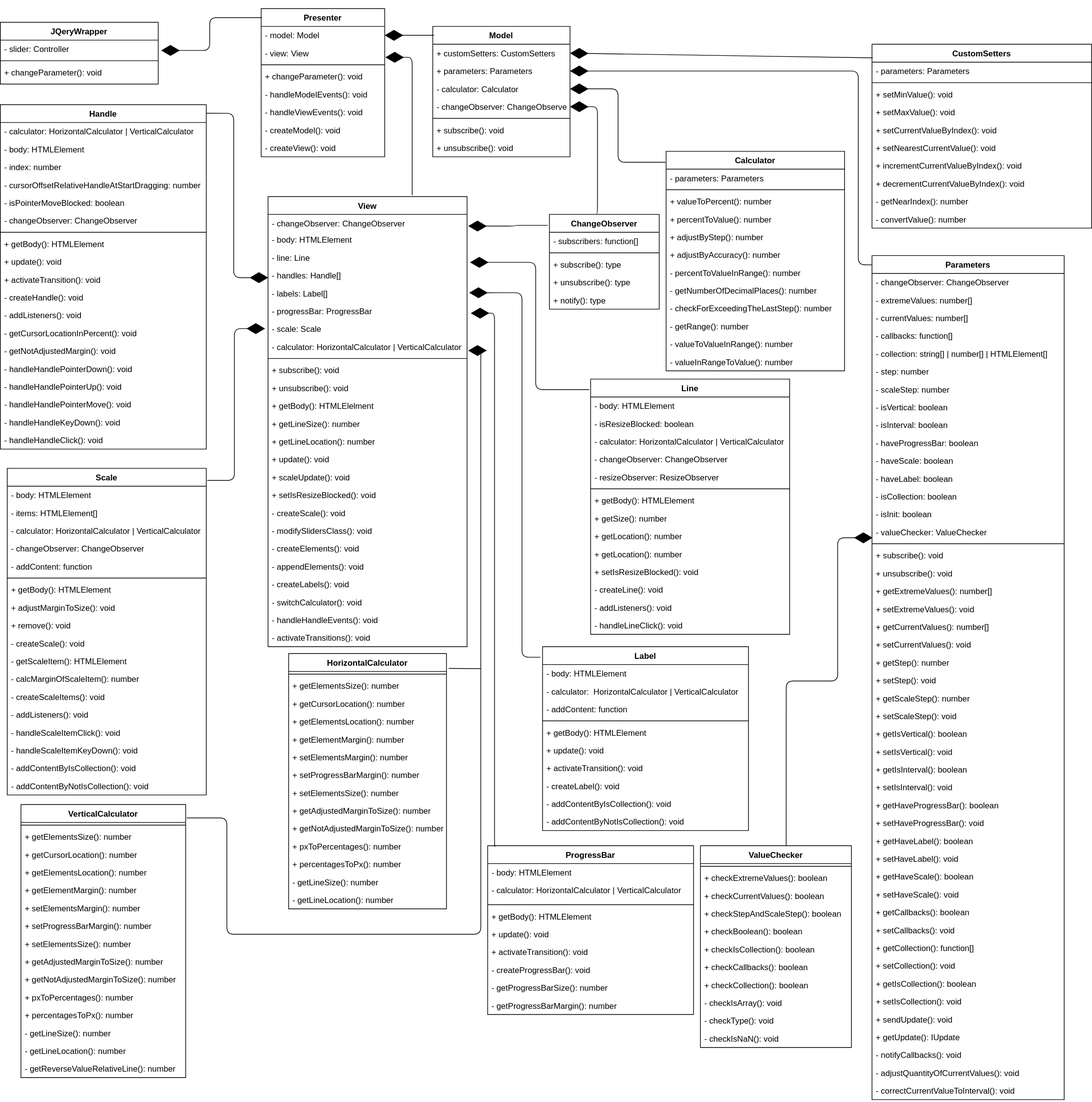
The draw.io diagram uml.svg in Rizarid/light-range-slider, before a commit. Source tidied: cells renumbered, new cells last; positions are measured from the earlier drawing's top-left corner, leaving out a move shared by most shapes.
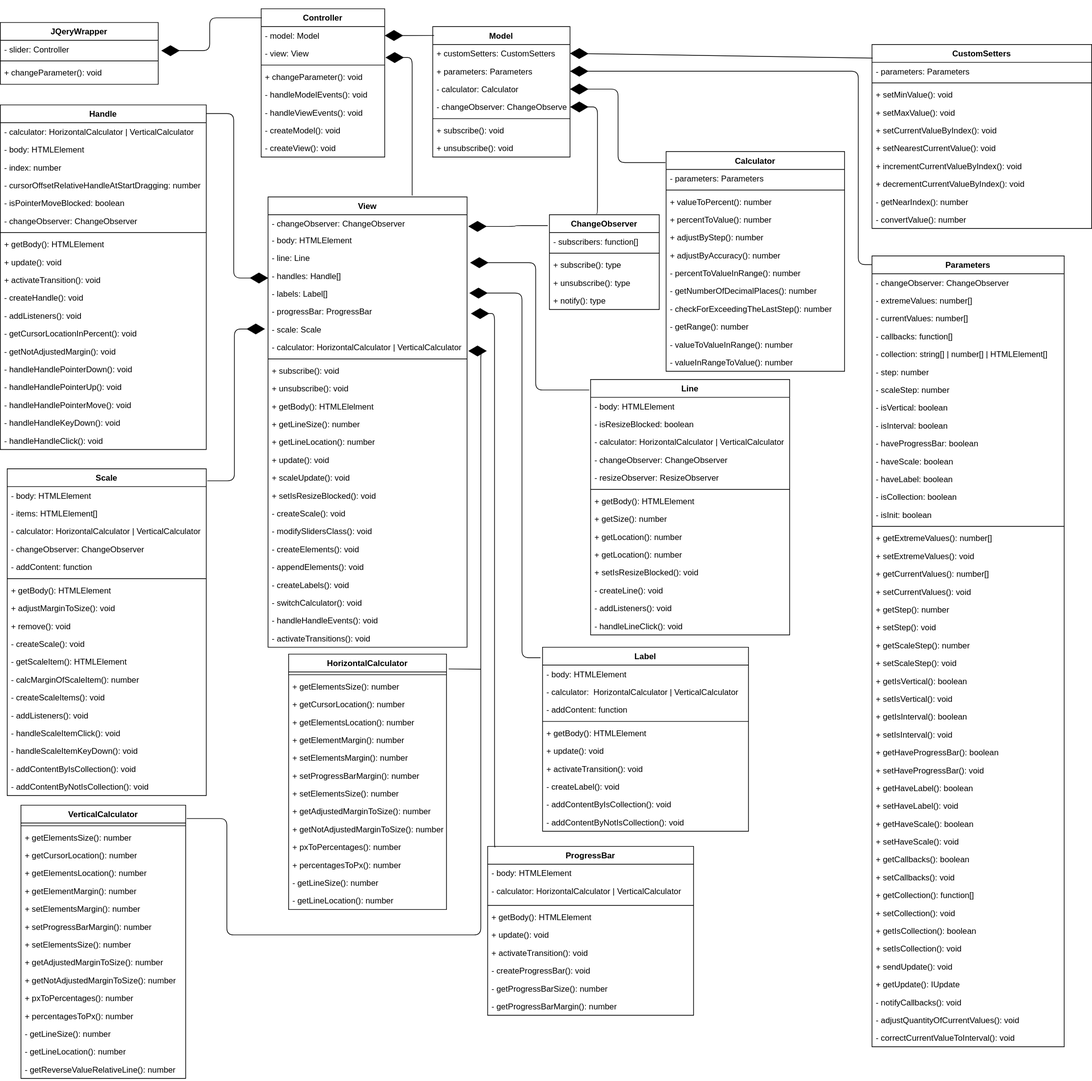
Above is the later version.

What changed in the source:
```diff
@@ -2,7 +2,7 @@
   <root>
     <mxCell id="0" />
     <mxCell id="1" parent="0" />
-    <mxCell id="2" value="Presenter" style="swimlane;fontStyle=1;align=center;verticalAlign=top;horizontal=1;startSize=26;" parent="1" vertex="1">
+    <mxCell id="2" value="Controller" style="swimlane;fontStyle=1;align=center;verticalAlign=top;horizontal=1;startSize=26;" parent="1" vertex="1">
       <mxGeometry x="380" width="180" height="216" as="geometry" />
     </mxCell>
     <mxCell id="3" value="- model: Model" style="text;strokeColor=none;fillColor=none;align=left;verticalAlign=top;spacingLeft=4;spacingRight=4;overflow=hidden;points=[[0,0.5],[1,0.5]];portConstraint=eastwest;" parent="2" vertex="1">
@@ -45,7 +45,7 @@
       <mxGeometry relative="1" as="geometry" />
     </mxCell>
     <mxCell id="16" value="Parameters" style="swimlane;fontStyle=1;align=center;verticalAlign=top;horizontal=1;startSize=26;" parent="1" vertex="1">
-      <mxGeometry x="1270" y="360" width="280" height="1230" as="geometry" />
+      <mxGeometry x="1270" y="360" width="280" height="1152" as="geometry" />
     </mxCell>
     <mxCell id="17" value="- changeObserver: ChangeObserver" style="text;strokeColor=none;fillColor=none;align=left;verticalAlign=top;spacingLeft=4;spacingRight=4;overflow=hidden;" parent="16" vertex="1">
       <mxGeometry y="26" width="280" height="26" as="geometry" />
@@ -89,104 +89,95 @@
     <mxCell id="30" value="- isInit: boolean" style="text;strokeColor=none;fillColor=none;align=left;verticalAlign=top;spacingLeft=4;spacingRight=4;overflow=hidden;" parent="16" vertex="1">
       <mxGeometry y="364" width="280" height="26" as="geometry" />
     </mxCell>
-    <mxCell id="31" value="- valueChecker: ValueChecker" style="text;strokeColor=none;fillColor=none;align=left;verticalAlign=top;spacingLeft=4;spacingRight=4;overflow=hidden;points=[[0,0.5],[1,0.5]];portConstraint=eastwest;" parent="16" vertex="1">
-      <mxGeometry y="390" width="280" height="26" as="geometry" />
-    </mxCell>
     <mxCell id="32" style="line;strokeWidth=1;fillColor=none;align=left;verticalAlign=middle;spacingTop=-1;spacingLeft=3;spacingRight=3;labelPosition=right;" parent="16" vertex="1">
-      <mxGeometry y="416" width="280" height="8" as="geometry" />
+      <mxGeometry y="390" width="280" height="8" as="geometry" />
     </mxCell>
-    <mxCell id="33" value="+ subscribe(): void" style="text;strokeColor=none;fillColor=none;align=left;verticalAlign=top;spacingLeft=4;spacingRight=4;overflow=hidden;" parent="16" vertex="1">
-      <mxGeometry y="424" width="280" height="26" as="geometry" />
-    </mxCell>
-    <mxCell id="34" value="+ unsubscribe(): void" style="text;strokeColor=none;fillColor=none;align=left;verticalAlign=top;spacingLeft=4;spacingRight=4;overflow=hidden;" parent="16" vertex="1">
-      <mxGeometry y="450" width="280" height="26" as="geometry" />
-    </mxCell>
     <mxCell id="35" value="+ getExtremeValues(): number[]" style="text;strokeColor=none;fillColor=none;align=left;verticalAlign=top;spacingLeft=4;spacingRight=4;overflow=hidden;" parent="16" vertex="1">
-      <mxGeometry y="476" width="280" height="26" as="geometry" />
+      <mxGeometry y="398" width="280" height="26" as="geometry" />
     </mxCell>
     <mxCell id="36" value="+ setExtremeValues(): void" style="text;strokeColor=none;fillColor=none;align=left;verticalAlign=top;spacingLeft=4;spacingRight=4;overflow=hidden;" parent="16" vertex="1">
-      <mxGeometry y="502" width="280" height="26" as="geometry" />
+      <mxGeometry y="424" width="280" height="26" as="geometry" />
     </mxCell>
     <mxCell id="37" value="+ getCurrentValues(): number[]" style="text;strokeColor=none;fillColor=none;align=left;verticalAlign=top;spacingLeft=4;spacingRight=4;overflow=hidden;" parent="16" vertex="1">
-      <mxGeometry y="528" width="280" height="26" as="geometry" />
+      <mxGeometry y="450" width="280" height="26" as="geometry" />
     </mxCell>
     <mxCell id="38" value="+ setCurrentValues(): void" style="text;strokeColor=none;fillColor=none;align=left;verticalAlign=top;spacingLeft=4;spacingRight=4;overflow=hidden;" parent="16" vertex="1">
-      <mxGeometry y="554" width="280" height="26" as="geometry" />
+      <mxGeometry y="476" width="280" height="26" as="geometry" />
     </mxCell>
     <mxCell id="39" value="+ getStep(): number" style="text;strokeColor=none;fillColor=none;align=left;verticalAlign=top;spacingLeft=4;spacingRight=4;overflow=hidden;" parent="16" vertex="1">
-      <mxGeometry y="580" width="280" height="26" as="geometry" />
+      <mxGeometry y="502" width="280" height="26" as="geometry" />
     </mxCell>
     <mxCell id="40" value="+ setStep(): void" style="text;strokeColor=none;fillColor=none;align=left;verticalAlign=top;spacingLeft=4;spacingRight=4;overflow=hidden;" parent="16" vertex="1">
-      <mxGeometry y="606" width="280" height="26" as="geometry" />
+      <mxGeometry y="528" width="280" height="26" as="geometry" />
     </mxCell>
     <mxCell id="41" value="+ getScaleStep(): number" style="text;strokeColor=none;fillColor=none;align=left;verticalAlign=top;spacingLeft=4;spacingRight=4;overflow=hidden;" parent="16" vertex="1">
-      <mxGeometry y="632" width="280" height="26" as="geometry" />
+      <mxGeometry y="554" width="280" height="26" as="geometry" />
     </mxCell>
     <mxCell id="42" value="+ setScaleStep(): void" style="text;strokeColor=none;fillColor=none;align=left;verticalAlign=top;spacingLeft=4;spacingRight=4;overflow=hidden;" parent="16" vertex="1">
-      <mxGeometry y="658" width="280" height="26" as="geometry" />
+      <mxGeometry y="580" width="280" height="26" as="geometry" />
     </mxCell>
     <mxCell id="43" value="+ getIsVertical(): boolean" style="text;strokeColor=none;fillColor=none;align=left;verticalAlign=top;spacingLeft=4;spacingRight=4;overflow=hidden;" parent="16" vertex="1">
-      <mxGeometry y="684" width="280" height="26" as="geometry" />
+      <mxGeometry y="606" width="280" height="26" as="geometry" />
     </mxCell>
     <mxCell id="44" value="+ setIsVertical(): void" style="text;strokeColor=none;fillColor=none;align=left;verticalAlign=top;spacingLeft=4;spacingRight=4;overflow=hidden;" parent="16" vertex="1">
-      <mxGeometry y="710" width="280" height="26" as="geometry" />
+      <mxGeometry y="632" width="280" height="26" as="geometry" />
     </mxCell>
     <mxCell id="45" value="+ getIsInterval(): boolean" style="text;strokeColor=none;fillColor=none;align=left;verticalAlign=top;spacingLeft=4;spacingRight=4;overflow=hidden;" parent="16" vertex="1">
-      <mxGeometry y="736" width="280" height="26" as="geometry" />
+      <mxGeometry y="658" width="280" height="26" as="geometry" />
     </mxCell>
     <mxCell id="46" value="+ setIsInterval(): void" style="text;strokeColor=none;fillColor=none;align=left;verticalAlign=top;spacingLeft=4;spacingRight=4;overflow=hidden;" parent="16" vertex="1">
-      <mxGeometry y="762" width="280" height="26" as="geometry" />
+      <mxGeometry y="684" width="280" height="26" as="geometry" />
     </mxCell>
     <mxCell id="47" value="+ getHaveProgressBar(): boolean" style="text;strokeColor=none;fillColor=none;align=left;verticalAlign=top;spacingLeft=4;spacingRight=4;overflow=hidden;" parent="16" vertex="1">
-      <mxGeometry y="788" width="280" height="26" as="geometry" />
+      <mxGeometry y="710" width="280" height="26" as="geometry" />
     </mxCell>
     <mxCell id="48" value="+ setHaveProgressBar(): void" style="text;strokeColor=none;fillColor=none;align=left;verticalAlign=top;spacingLeft=4;spacingRight=4;overflow=hidden;" parent="16" vertex="1">
-      <mxGeometry y="814" width="280" height="26" as="geometry" />
+      <mxGeometry y="736" width="280" height="26" as="geometry" />
     </mxCell>
     <mxCell id="49" value="+ getHaveLabel(): boolean" style="text;strokeColor=none;fillColor=none;align=left;verticalAlign=top;spacingLeft=4;spacingRight=4;overflow=hidden;" parent="16" vertex="1">
-      <mxGeometry y="840" width="280" height="26" as="geometry" />
+      <mxGeometry y="762" width="280" height="26" as="geometry" />
     </mxCell>
     <mxCell id="50" value="+ setHaveLabel(): void" style="text;strokeColor=none;fillColor=none;align=left;verticalAlign=top;spacingLeft=4;spacingRight=4;overflow=hidden;" parent="16" vertex="1">
-      <mxGeometry y="866" width="280" height="26" as="geometry" />
+      <mxGeometry y="788" width="280" height="26" as="geometry" />
     </mxCell>
     <mxCell id="51" value="+ getHaveScale(): boolean" style="text;strokeColor=none;fillColor=none;align=left;verticalAlign=top;spacingLeft=4;spacingRight=4;overflow=hidden;" parent="16" vertex="1">
-      <mxGeometry y="892" width="280" height="26" as="geometry" />
+      <mxGeometry y="814" width="280" height="26" as="geometry" />
     </mxCell>
     <mxCell id="52" value="+ setHaveScale(): void" style="text;strokeColor=none;fillColor=none;align=left;verticalAlign=top;spacingLeft=4;spacingRight=4;overflow=hidden;" parent="16" vertex="1">
-      <mxGeometry y="918" width="280" height="26" as="geometry" />
+      <mxGeometry y="840" width="280" height="26" as="geometry" />
     </mxCell>
     <mxCell id="53" value="+ getCallbacks(): boolean" style="text;strokeColor=none;fillColor=none;align=left;verticalAlign=top;spacingLeft=4;spacingRight=4;overflow=hidden;" parent="16" vertex="1">
-      <mxGeometry y="944" width="280" height="26" as="geometry" />
+      <mxGeometry y="866" width="280" height="26" as="geometry" />
     </mxCell>
     <mxCell id="54" value="+ setCallbacks(): void" style="text;strokeColor=none;fillColor=none;align=left;verticalAlign=top;spacingLeft=4;spacingRight=4;overflow=hidden;" parent="16" vertex="1">
-      <mxGeometry y="970" width="280" height="26" as="geometry" />
+      <mxGeometry y="892" width="280" height="26" as="geometry" />
     </mxCell>
     <mxCell id="55" value="+ getCollection(): function[]" style="text;strokeColor=none;fillColor=none;align=left;verticalAlign=top;spacingLeft=4;spacingRight=4;overflow=hidden;" parent="16" vertex="1">
-      <mxGeometry y="996" width="280" height="26" as="geometry" />
+      <mxGeometry y="918" width="280" height="26" as="geometry" />
     </mxCell>
     <mxCell id="56" value="+ setCollection(): void" style="text;strokeColor=none;fillColor=none;align=left;verticalAlign=top;spacingLeft=4;spacingRight=4;overflow=hidden;" parent="16" vertex="1">
-      <mxGeometry y="1022" width="280" height="26" as="geometry" />
+      <mxGeometry y="944" width="280" height="26" as="geometry" />
     </mxCell>
     <mxCell id="57" value="+ getIsCollection(): boolean" style="text;strokeColor=none;fillColor=none;align=left;verticalAlign=top;spacingLeft=4;spacingRight=4;overflow=hidden;" parent="16" vertex="1">
-      <mxGeometry y="1048" width="280" height="26" as="geometry" />
+      <mxGeometry y="970" width="280" height="26" as="geometry" />
     </mxCell>
     <mxCell id="58" value="+ setIsCollection(): void" style="text;strokeColor=none;fillColor=none;align=left;verticalAlign=top;spacingLeft=4;spacingRight=4;overflow=hidden;" parent="16" vertex="1">
-      <mxGeometry y="1074" width="280" height="26" as="geometry" />
+      <mxGeometry y="996" width="280" height="26" as="geometry" />
     </mxCell>
     <mxCell id="59" value="+ sendUpdate(): void" style="text;strokeColor=none;fillColor=none;align=left;verticalAlign=top;spacingLeft=4;spacingRight=4;overflow=hidden;" parent="16" vertex="1">
-      <mxGeometry y="1100" width="280" height="26" as="geometry" />
+      <mxGeometry y="1022" width="280" height="26" as="geometry" />
     </mxCell>
     <mxCell id="60" value="+ getUpdate(): IUpdate" style="text;strokeColor=none;fillColor=none;align=left;verticalAlign=top;spacingLeft=4;spacingRight=4;overflow=hidden;" parent="16" vertex="1">
-      <mxGeometry y="1126" width="280" height="26" as="geometry" />
+      <mxGeometry y="1048" width="280" height="26" as="geometry" />
     </mxCell>
     <mxCell id="61" value="- notifyCallbacks(): void" style="text;strokeColor=none;fillColor=none;align=left;verticalAlign=top;spacingLeft=4;spacingRight=4;overflow=hidden;" parent="16" vertex="1">
-      <mxGeometry y="1152" width="280" height="26" as="geometry" />
+      <mxGeometry y="1074" width="280" height="26" as="geometry" />
     </mxCell>
     <mxCell id="62" value="- adjustQuantityOfCurrentValues(): void" style="text;strokeColor=none;fillColor=none;align=left;verticalAlign=top;spacingLeft=4;spacingRight=4;overflow=hidden;" parent="16" vertex="1">
-      <mxGeometry y="1178" width="280" height="26" as="geometry" />
+      <mxGeometry y="1100" width="280" height="26" as="geometry" />
     </mxCell>
     <mxCell id="63" value="- correctCurrentValueToInterval(): void" style="text;strokeColor=none;fillColor=none;align=left;verticalAlign=top;spacingLeft=4;spacingRight=4;overflow=hidden;" parent="16" vertex="1">
-      <mxGeometry y="1204" width="280" height="26" as="geometry" />
+      <mxGeometry y="1126" width="280" height="26" as="geometry" />
     </mxCell>
     <mxCell id="64" value="View" style="swimlane;fontStyle=1;align=center;verticalAlign=top;horizontal=1;startSize=26;" parent="1" vertex="1">
       <mxGeometry x="390" y="274" width="290" height="656" as="geometry" />
@@ -679,51 +670,6 @@
         </Array>
       </mxGeometry>
     </mxCell>
-    <mxCell id="212" value="ValueChecker" style="swimlane;fontStyle=1;align=center;verticalAlign=top;horizontal=1;startSize=26;" parent="1" vertex="1">
-      <mxGeometry x="1020" y="1220" width="220" height="294" as="geometry" />
-    </mxCell>
-    <mxCell id="213" style="line;strokeWidth=1;fillColor=none;align=left;verticalAlign=middle;spacingTop=-1;spacingLeft=3;spacingRight=3;labelPosition=right;" parent="212" vertex="1">
-      <mxGeometry y="26" width="220" height="8" as="geometry" />
-    </mxCell>
-    <mxCell id="214" value="+ checkExtremeValues(): boolean" style="text;strokeColor=none;fillColor=none;align=left;verticalAlign=top;spacingLeft=4;spacingRight=4;overflow=hidden;" parent="212" vertex="1">
-      <mxGeometry y="34" width="220" height="26" as="geometry" />
-    </mxCell>
-    <mxCell id="215" value="+ checkCurrentValues(): boolean" style="text;strokeColor=none;fillColor=none;align=left;verticalAlign=top;spacingLeft=4;spacingRight=4;overflow=hidden;" parent="212" vertex="1">
-      <mxGeometry y="60" width="220" height="26" as="geometry" />
-    </mxCell>
-    <mxCell id="216" value="+ checkStepAndScaleStep(): boolean" style="text;strokeColor=none;fillColor=none;align=left;verticalAlign=top;spacingLeft=4;spacingRight=4;overflow=hidden;" parent="212" vertex="1">
-      <mxGeometry y="86" width="220" height="26" as="geometry" />
-    </mxCell>
-    <mxCell id="217" value="+ checkBoolean(): boolean" style="text;strokeColor=none;fillColor=none;align=left;verticalAlign=top;spacingLeft=4;spacingRight=4;overflow=hidden;" parent="212" vertex="1">
-      <mxGeometry y="112" width="220" height="26" as="geometry" />
-    </mxCell>
-    <mxCell id="218" value="+ checkIsCollection(): boolean" style="text;strokeColor=none;fillColor=none;align=left;verticalAlign=top;spacingLeft=4;spacingRight=4;overflow=hidden;" parent="212" vertex="1">
-      <mxGeometry y="138" width="220" height="26" as="geometry" />
-    </mxCell>
-    <mxCell id="219" value="+ checkCallbacks(): boolean" style="text;strokeColor=none;fillColor=none;align=left;verticalAlign=top;spacingLeft=4;spacingRight=4;overflow=hidden;" parent="212" vertex="1">
-      <mxGeometry y="164" width="220" height="26" as="geometry" />
-    </mxCell>
-    <mxCell id="220" value="+ checkCollection(): boolean" style="text;strokeColor=none;fillColor=none;align=left;verticalAlign=top;spacingLeft=4;spacingRight=4;overflow=hidden;" parent="212" vertex="1">
-      <mxGeometry y="190" width="220" height="26" as="geometry" />
-    </mxCell>
-    <mxCell id="221" value="- checkIsArray(): void" style="text;strokeColor=none;fillColor=none;align=left;verticalAlign=top;spacingLeft=4;spacingRight=4;overflow=hidden;" parent="212" vertex="1">
-      <mxGeometry y="216" width="220" height="26" as="geometry" />
-    </mxCell>
-    <mxCell id="222" value="- checkType(): void" style="text;strokeColor=none;fillColor=none;align=left;verticalAlign=top;spacingLeft=4;spacingRight=4;overflow=hidden;" parent="212" vertex="1">
-      <mxGeometry y="242" width="220" height="26" as="geometry" />
-    </mxCell>
-    <mxCell id="223" value="- checkIsNaN(): void" style="text;strokeColor=none;fillColor=none;align=left;verticalAlign=top;spacingLeft=4;spacingRight=4;overflow=hidden;" parent="212" vertex="1">
-      <mxGeometry y="268" width="220" height="26" as="geometry" />
-    </mxCell>
-    <mxCell id="224" style="endArrow=diamondThin;endFill=1;endSize=24;html=1;entryX=0.003;entryY=0.817;entryDx=0;entryDy=0;edgeStyle=orthogonalEdgeStyle;exitX=0.568;exitY=0.002;exitDx=0;exitDy=0;exitPerimeter=0;entryPerimeter=0;" parent="1" edge="1" source="212" target="31">
-      <mxGeometry relative="1" as="geometry">
-        <Array as="points">
-          <mxPoint x="1145" y="980" />
-          <mxPoint x="1220" y="980" />
-          <mxPoint x="1220" y="771" />
-        </Array>
-      </mxGeometry>
-    </mxCell>
     <mxCell id="225" value="CustomSetters" style="swimlane;fontStyle=1;align=center;verticalAlign=top;horizontal=1;startSize=26;" parent="1" vertex="1">
       <mxGeometry x="1270" y="52" width="320" height="268" as="geometry" />
     </mxCell>
```
